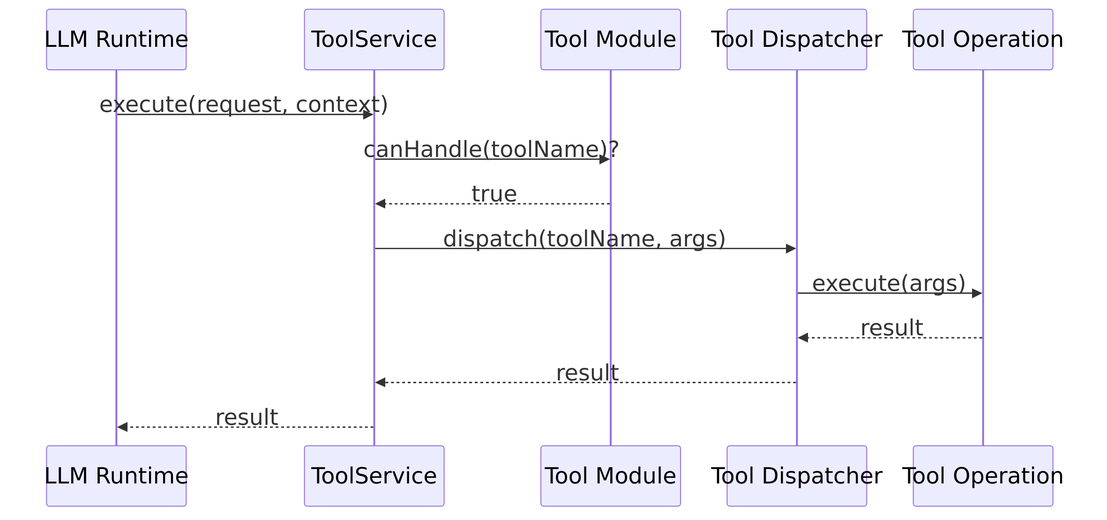
akinevz2/academic-report keeps this Mermaid diagram as images/tool-execution-sequence.png. Above is the earlier version. Its source is kept beside it as diagrams/tool-execution-sequence.mmd.
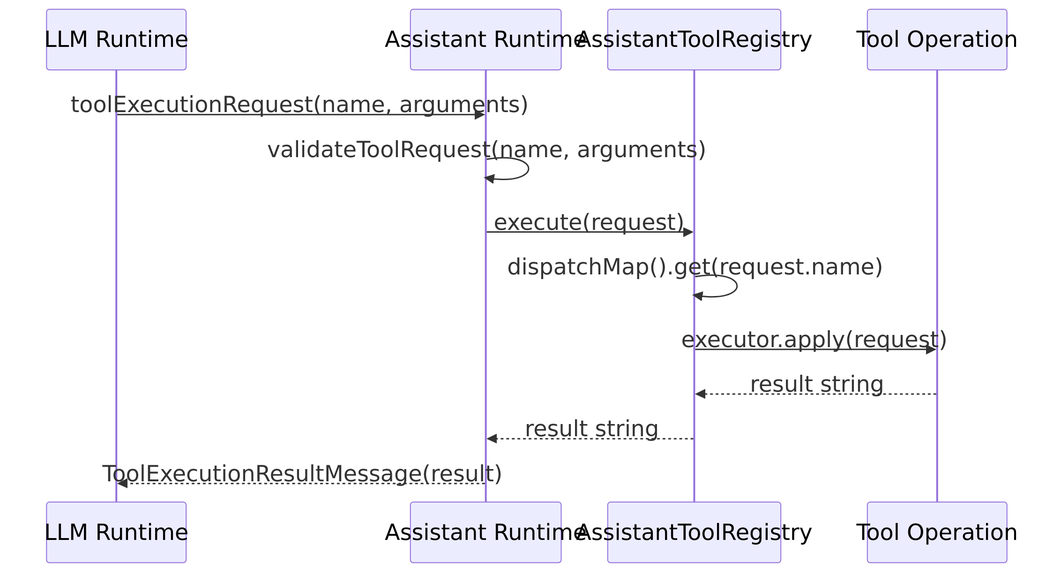
After the commit.

Diff of the diagram source:
```diff
@@ -4,16 +4,15 @@
 }}%%
 sequenceDiagram
     participant LLM as LLM Runtime
-    participant TS as ToolService
-    participant TM as Tool Module
-    participant TD as Tool Dispatcher
+    participant AS as Assistant Runtime
+    participant AR as AssistantToolRegistry
     participant OP as Tool Operation
 
-    LLM->>TS: execute(request, context)
-    TS->>TM: canHandle(toolName)?
-    TM-->>TS: true
-    TS->>TD: dispatch(toolName, args)
-    TD->>OP: execute(args)
-    OP-->>TD: result
-    TD-->>TS: result
-    TS-->>LLM: result
+    LLM->>AS: toolExecutionRequest(name, arguments)
+    AS->>AS: validateToolRequest(name, arguments)
+    AS->>AR: execute(request)
+    AR->>AR: dispatchMap().get(request.name)
+    AR->>OP: executor.apply(request)
+    OP-->>AR: result string
+    AR-->>AS: result string
+    AS-->>LLM: ToolExecutionResultMessage(result)
```
